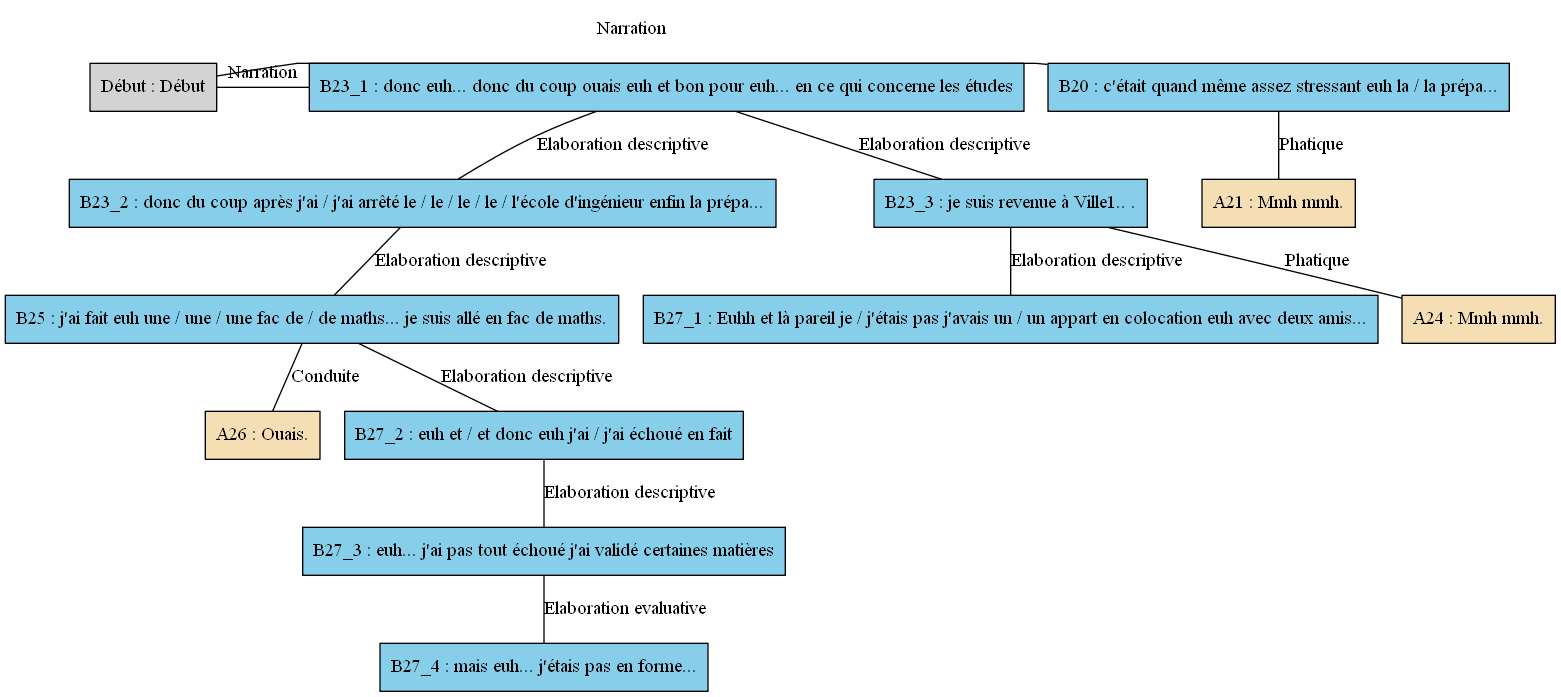
The Graphviz diagram arbres/Nord/Nord_-_A03.gv.png in AlaixComet/AnnotationSlamPTut, before a commit. Its source is kept beside it as arbres/Nord/Nord_-_A03.gv.
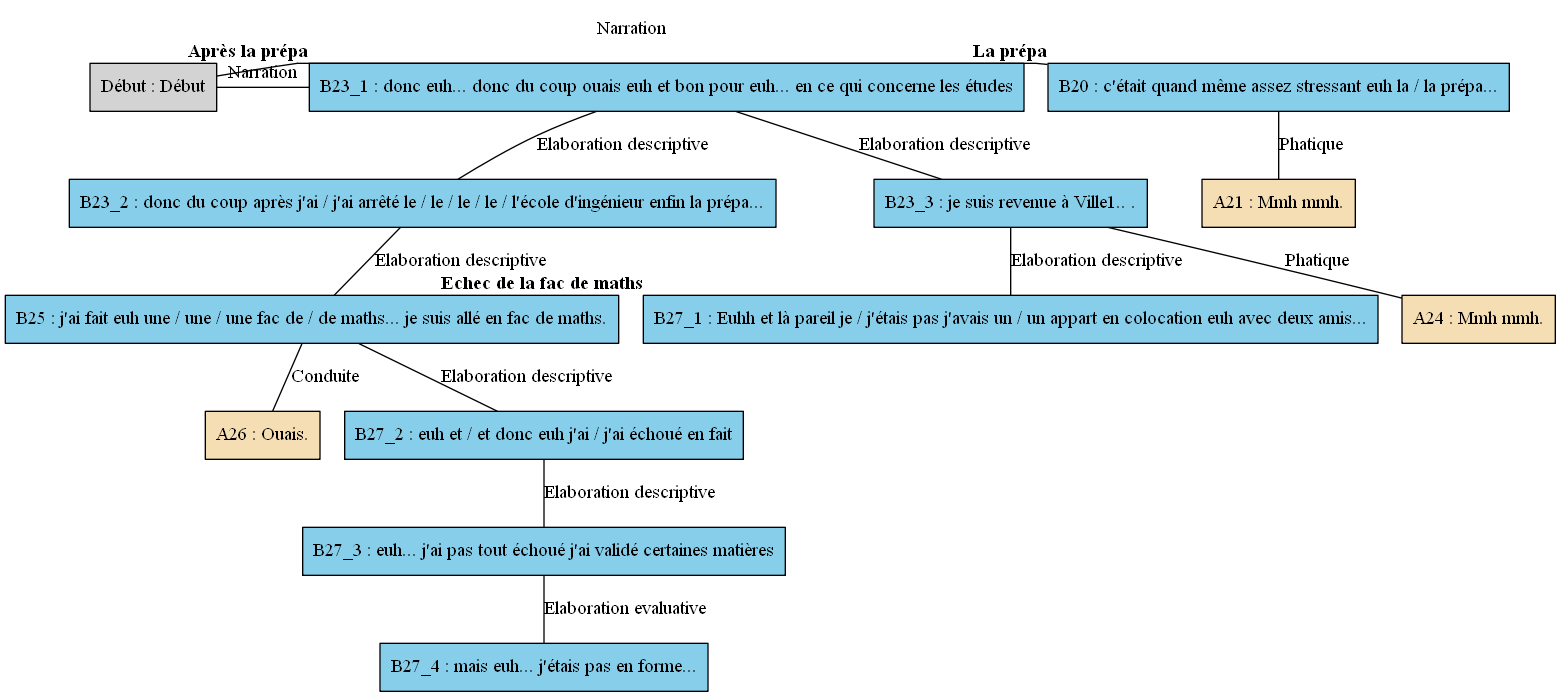
After the commit.

Diff of the diagram source:
```diff
@@ -1,18 +1,18 @@
 digraph A03 {
 	node [shape=box style=filled]
-	"Début" [label="Début : Début"]
-	B20 [label="B20 : c'était quand même assez stressant euh la / la prépa..." fillcolor=skyblue]
-	A21 [label="A21 : Mmh mmh." fillcolor=wheat]
-	B23_1 [label="B23_1 : donc euh... donc du coup ouais euh et bon pour euh... en ce qui concerne les études" fillcolor=skyblue]
-	B23_2 [label="B23_2 : donc du coup après j'ai / j'ai arrêté le / le / le / le / l'école d'ingénieur enfin la prépa..." fillcolor=skyblue]
-	B23_3 [label="B23_3 : je suis revenue à Ville1.. ." fillcolor=skyblue]
-	A24 [label="A24 : Mmh mmh." fillcolor=wheat]
-	B25 [label="B25 : j'ai fait euh une / une / une fac de / de maths... je suis allé en fac de maths." fillcolor=skyblue]
-	A26 [label="A26 : Ouais." fillcolor=wheat]
-	B27_1 [label="B27_1 : Euhh et là pareil je / j'étais pas j'avais un / un appart en colocation euh avec deux amis..." fillcolor=skyblue]
-	B27_2 [label="B27_2 : euh et / et donc euh j'ai / j'ai échoué en fait" fillcolor=skyblue]
-	B27_3 [label="B27_3 : euh... j'ai pas tout échoué j'ai validé certaines matières" fillcolor=skyblue]
-	B27_4 [label="B27_4 : mais euh... j'étais pas en forme..." fillcolor=skyblue]
+	"Début" [label="Début : Début" xlabel=""]
+	B20 [label="B20 : c'était quand même assez stressant euh la / la prépa..." fillcolor=skyblue xlabel=<<B>La prépa</B>>]
+	A21 [label="A21 : Mmh mmh." fillcolor=wheat xlabel=""]
+	B23_1 [label="B23_1 : donc euh... donc du coup ouais euh et bon pour euh... en ce qui concerne les études" fillcolor=skyblue xlabel=<<B>Après la prépa</B>>]
+	B23_2 [label="B23_2 : donc du coup après j'ai / j'ai arrêté le / le / le / le / l'école d'ingénieur enfin la prépa..." fillcolor=skyblue xlabel=""]
+	B23_3 [label="B23_3 : je suis revenue à Ville1.. ." fillcolor=skyblue xlabel=""]
+	A24 [label="A24 : Mmh mmh." fillcolor=wheat xlabel=""]
+	B25 [label="B25 : j'ai fait euh une / une / une fac de / de maths... je suis allé en fac de maths." fillcolor=skyblue xlabel=""]
+	A26 [label="A26 : Ouais." fillcolor=wheat xlabel=""]
+	B27_1 [label="B27_1 : Euhh et là pareil je / j'étais pas j'avais un / un appart en colocation euh avec deux amis..." fillcolor=skyblue xlabel=<<B>Echec de la fac de maths</B>>]
+	B27_2 [label="B27_2 : euh et / et donc euh j'ai / j'ai échoué en fait" fillcolor=skyblue xlabel=""]
+	B27_3 [label="B27_3 : euh... j'ai pas tout échoué j'ai validé certaines matières" fillcolor=skyblue xlabel=""]
+	B27_4 [label="B27_4 : mais euh... j'étais pas en forme..." fillcolor=skyblue xlabel=""]
 	{
 		rank=same
 		"Début"
```
